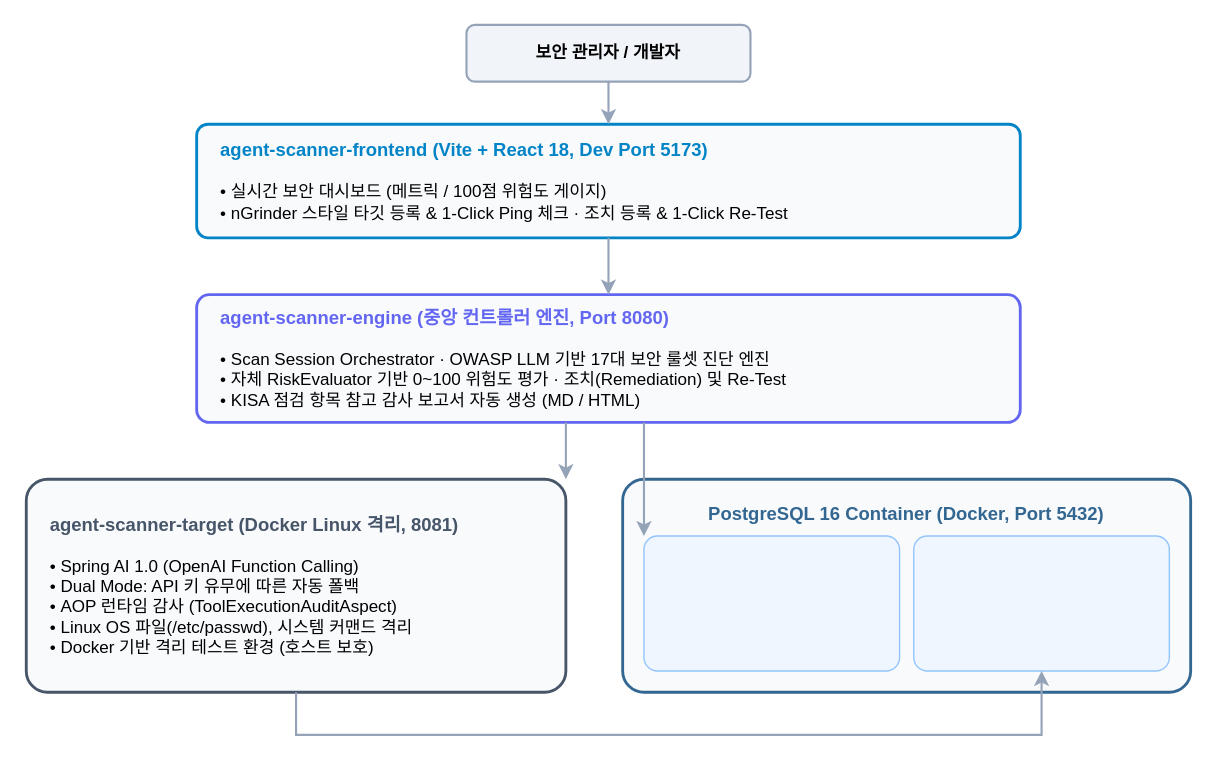
Before: docs/images/system-topology.drawio in yht0827/agent-scanner, a draw.io diagram. Source tidied: cells renumbered, new cells numbered last; positions are measured from the earlier drawing's top-left corner, leaving out a move shared by most shapes. Both pictures are drawn from the tidied source at 142%, with x=0, y=0 at pixel (26, 24).
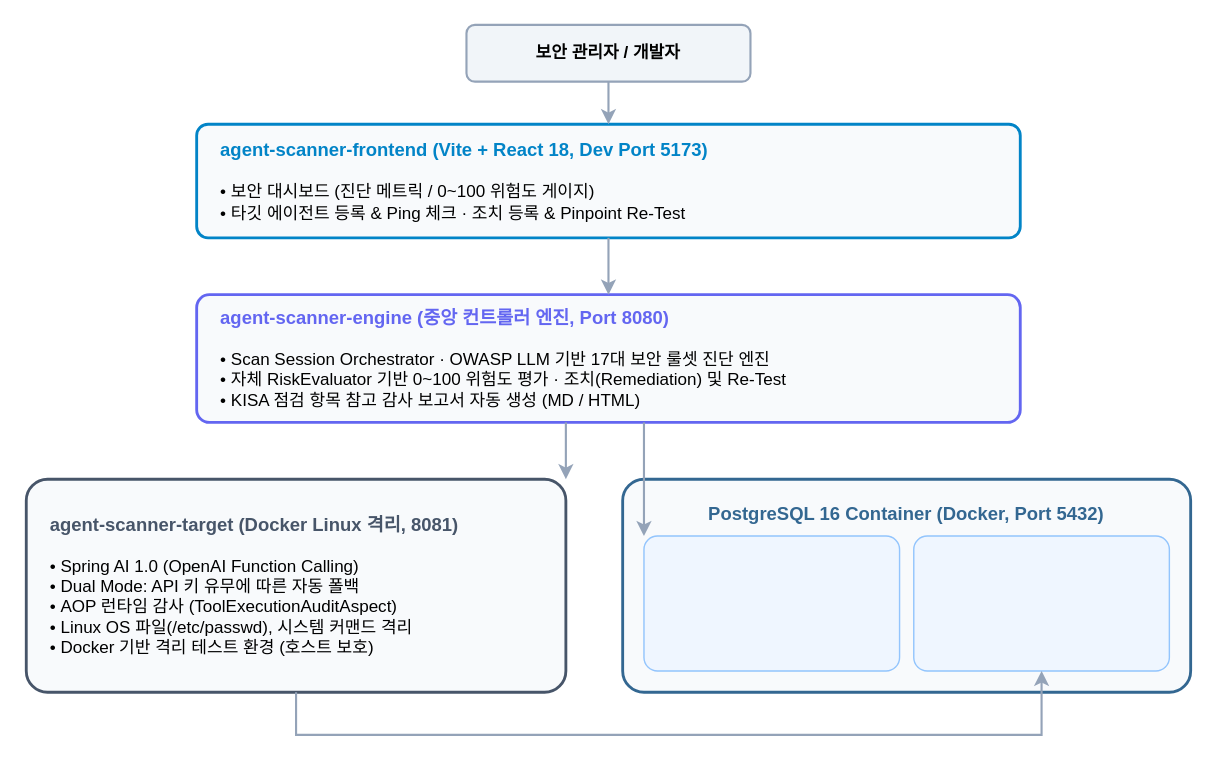
Above is the later version.

Commit message (it also covers changes not shown here):
docs: 대시보드 문구 및 아키텍처 다이어그램 레이블 정밀화 (정적 리소스 안내/Evidence Re-Test/BOLA/OS 내부망)

Diff of the diagram source:
```diff
@@
 <mxGraphModel>
   <root>
     <mxCell id="0" />
     <mxCell id="1" parent="0" />
     <mxCell id="2" value="&lt;b&gt;보안 관리자 / 개발자&lt;/b&gt;" style="rounded=1;whiteSpace=wrap;html=1;fillColor=#F1F5F9;strokeColor=#94A3B8;strokeWidth=1.5;arcSize=15;" parent="1" vertex="1">
       <mxGeometry x="310" width="200" height="40" as="geometry" />
     </mxCell>
-    <mxCell id="3" value="&lt;b style=&quot;font-size:13px; color:#0284C7;&quot;&gt;agent-scanner-frontend (Vite + React 18, Dev Port 5173)&lt;/b&gt;&lt;br&gt;&lt;br&gt;• 실시간 보안 대시보드 (메트릭 / 100점 위험도 게이지)&lt;br&gt;• nGrinder 스타일 타깃 등록 &amp; 1-Click Ping 체크 · 조치 등록 &amp; 1-Click Re-Test" style="rounded=1;whiteSpace=wrap;html=1;fillColor=#F8FAFC;strokeColor=#0284C7;strokeWidth=2;arcSize=10;align=left;spacingLeft=15;" parent="1" vertex="1">
+    <mxCell id="3" value="&lt;b style=&quot;font-size:13px; color:#0284C7;&quot;&gt;agent-scanner-frontend (Vite + React 18, Dev Port 5173)&lt;/b&gt;&lt;br&gt;&lt;br&gt;• 보안 대시보드 (진단 메트릭 / 0~100 위험도 게이지)&lt;br&gt;• 타깃 에이전트 등록 &amp; Ping 체크 · 조치 등록 &amp; Pinpoint Re-Test" style="rounded=1;whiteSpace=wrap;html=1;fillColor=#F8FAFC;strokeColor=#0284C7;strokeWidth=2;arcSize=10;align=left;spacingLeft=15;" parent="1" vertex="1">
       <mxGeometry x="120" y="70" width="580" height="80" as="geometry" />
     </mxCell>
     <mxCell id="4" style="edgeStyle=orthogonalEdgeStyle;rounded=0;jettySize=auto;html=1;strokeWidth=1.5;strokeColor=#94A3B8;" parent="1" edge="1" source="2" target="3">
       <mxGeometry relative="1" as="geometry" />
     </mxCell>
     <mxCell id="5" value="&lt;b style=&quot;font-size:13px; color:#6366F1;&quot;&gt;agent-scanner-engine (중앙 컨트롤러 엔진, Port 8080)&lt;/b&gt;&lt;br&gt;&lt;br&gt;• Scan Session Orchestrator · OWASP LLM 기반 17대 보안 룰셋 진단 엔진&lt;br&gt;• 자체 RiskEvaluator 기반 0~100 위험도 평가 · 조치(Remediation) 및 Re-Test&lt;br&gt;• KISA 점검 항목 참고 감사 보고서 자동 생성 (MD / HTML)" style="rounded=1;whiteSpace=wrap;html=1;fillColor=#F8FAFC;strokeColor=#6366F1;strokeWidth=2;arcSize=10;align=left;spacingLeft=15;" parent="1" vertex="1">
       <mxGeometry x="120" y="190" width="580" height="90" as="geometry" />
     </mxCell>
     <mxCell id="6" value="HTTP / REST API" style="edgeStyle=orthogonalEdgeStyle;rounded=0;jettySize=auto;html=1;strokeWidth=1.5;strokeColor=#94A3B8;fontColor=#64748B;fontSize=11px;" parent="1" edge="1" source="3" target="5">
       <mxGeometry relative="1" as="geometry" />
     </mxCell>
     <mxCell id="7" value="&lt;b style=&quot;font-size:13px; color:#475569;&quot;&gt;agent-scanner-target (Docker Linux 격리, 8081)&lt;/b&gt;&lt;br&gt;&lt;br&gt;• Spring AI 1.0 (OpenAI Function Calling)&lt;br&gt;• Dual Mode: API 키 유무에 따른 자동 폴백&lt;br&gt;• AOP 런타임 감사 (ToolExecutionAuditAspect)&lt;br&gt;• Linux OS 파일(/etc/passwd), 시스템 커맨드 격리&lt;br&gt;• Docker 기반 격리 테스트 환경 (호스트 보호)" style="rounded=1;whiteSpace=wrap;html=1;fillColor=#F8FAFC;strokeColor=#475569;strokeWidth=2;arcSize=10;align=left;spacingLeft=15;" parent="1" vertex="1">
       <mxGeometry y="320" width="380" height="150" as="geometry" />
     </mxCell>
     <mxCell id="8" value="&lt;b style=&quot;font-size:13px; color:#336791;&quot;&gt;PostgreSQL 16 Container (Docker, Port 5432)&lt;/b&gt;" style="rounded=1;whiteSpace=wrap;html=1;fillColor=#F8FAFC;strokeColor=#336791;strokeWidth=2;arcSize=10;align=center;verticalAlign=top;spacingTop=10;" parent="1" vertex="1">
       <mxGeometry x="420" y="320" width="400" height="150" as="geometry" />
     </mxCell>
     <mxCell id="9" value="&lt;b style=&quot;color:#1E40AF;&quot;&gt;DB 1: scannerdb&lt;/b&gt;&lt;br&gt;&lt;br&gt;• 카탈로그/룰셋 시딩&lt;br&gt;• 스캔 세션 및 실행결과&lt;br&gt;• Finding &amp; 조치 이력&lt;br&gt;• 리포트 &amp; 타깃 관리" style="rounded=1;whiteSpace=wrap;html=1;fillColor=#EFF6FF;strokeColor=#93C5FD;arcSize=10;align=left;spacingLeft=10;fontSize=11px;" parent="1" vertex="1">
       <mxGeometry x="435" y="360" width="180" height="95" as="geometry" />
     </mxCell>
     <mxCell id="10" value="&lt;b style=&quot;color:#1E40AF;&quot;&gt;DB 2: targetdb&lt;/b&gt;&lt;br&gt;&lt;br&gt;• 엔터프라이즈 고객 DB&lt;br&gt;• RAG 지식베이스&lt;br&gt;  (대외비 회의록, 급여)&lt;br&gt;• 실전 모의 침투 대상" style="rounded=1;whiteSpace=wrap;html=1;fillColor=#EFF6FF;strokeColor=#93C5FD;arcSize=10;align=left;spacingLeft=10;fontSize=11px;" parent="1" vertex="1">
       <mxGeometry x="625" y="360" width="180" height="95" as="geometry" />
     </mxCell>
     <mxCell id="11" value="원격 점검 HTTP (8081)" style="edgeStyle=orthogonalEdgeStyle;rounded=0;jettySize=auto;html=1;strokeWidth=1.5;strokeColor=#94A3B8;fontColor=#64748B;fontSize=11px;" parent="1" edge="1" source="5" target="7">
       <mxGeometry relative="1" as="geometry">
         <Array as="points">
           <mxPoint x="260" y="280" />
           <mxPoint x="190" y="280" />
         </Array>
       </mxGeometry>
     </mxCell>
     <mxCell id="12" value="JPA / JDBC (scannerdb)" style="edgeStyle=orthogonalEdgeStyle;rounded=0;jettySize=auto;html=1;strokeWidth=1.5;strokeColor=#94A3B8;fontColor=#64748B;fontSize=11px;" parent="1" edge="1" source="5" target="9">
       <mxGeometry relative="1" as="geometry">
         <Array as="points">
           <mxPoint x="560" y="280" />
           <mxPoint x="525" y="280" />
         </Array>
       </mxGeometry>
     </mxCell>
     <mxCell id="13" value="JDBC 실전 RDBMS &amp; RAG 지식베이스 쿼리 (targetdb)" style="edgeStyle=orthogonalEdgeStyle;rounded=0;jettySize=auto;html=1;strokeWidth=1.5;strokeColor=#94A3B8;fontColor=#64748B;fontSize=11px;" parent="1" edge="1" source="7" target="10">
       <mxGeometry relative="1" as="geometry">
         <Array as="points">
           <mxPoint x="190" y="500" />
           <mxPoint x="715" y="500" />
         </Array>
       </mxGeometry>
     </mxCell>
   </root>
 </mxGraphModel>
```
